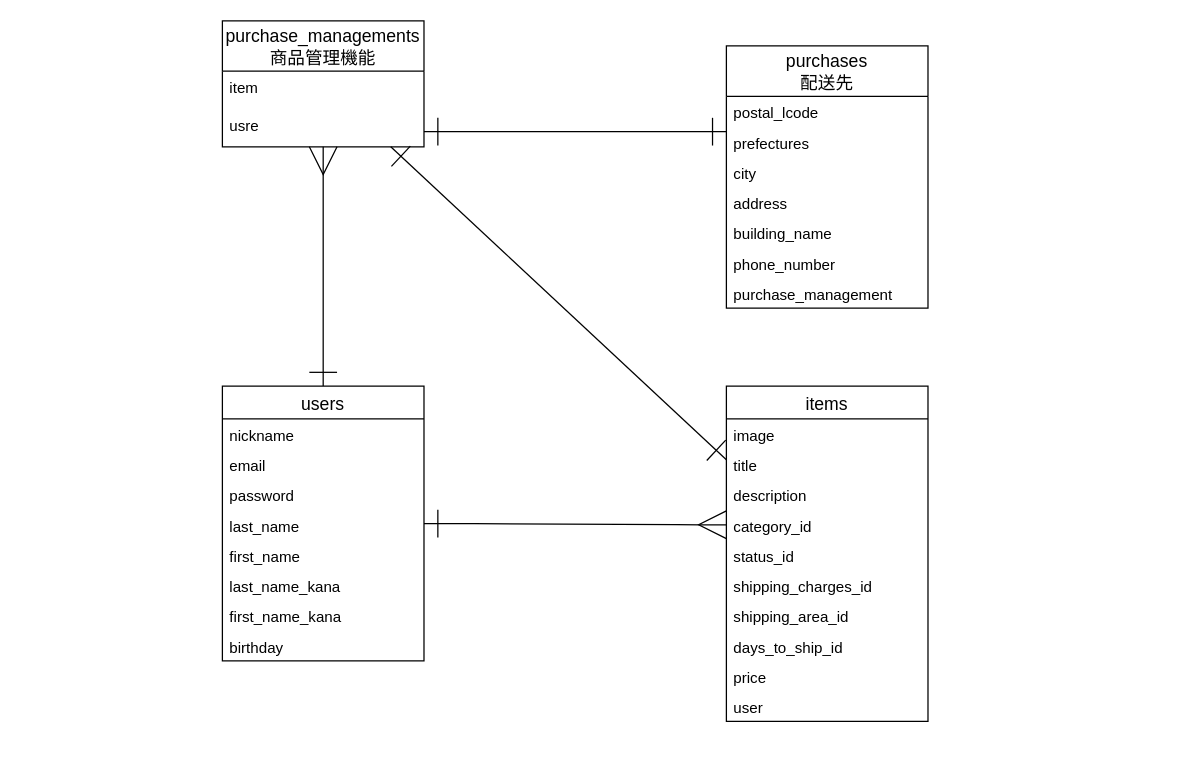
Above: furima.dio in uuutah/furima-33384 (draw.io), before the change. Source tidied: cells renumbered, new cells numbered last; positions are measured from the earlier drawing's top-left corner, leaving out a move shared by most shapes. Both pictures are drawn from the tidied source at 126%, with x=0, y=0 at pixel (222, 20).
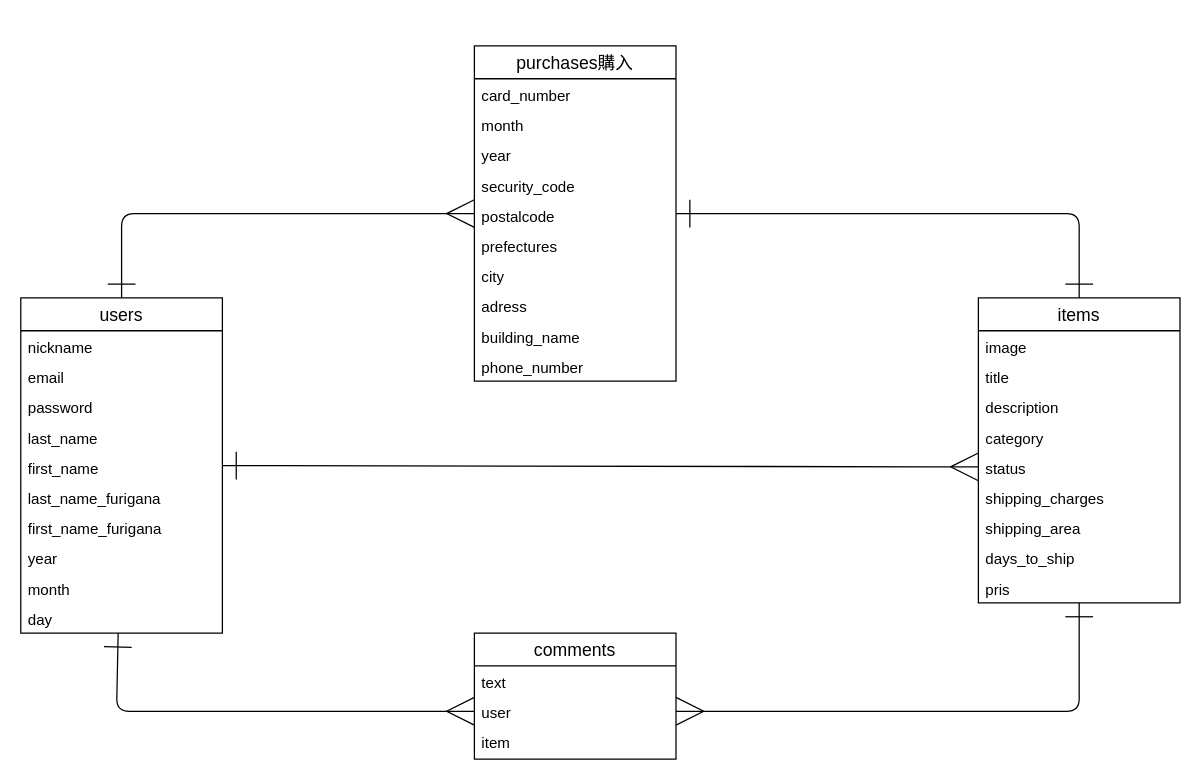
The same diagram, later.

Commit message (it also covers changes not shown here):
Revert "README作成"

Change to the diagram source:
```diff
@@
-    <mxCell id="2" style="edgeStyle=orthogonalEdgeStyle;rounded=1;jettySize=auto;html=1;startArrow=ERone;startFill=0;endArrow=ERmany;endFill=0;startSize=20;endSize=20;" parent="1" edge="1" source="3" target="34">
-      <mxGeometry relative="1" as="geometry">
-        <Array as="points">
-          <mxPoint x="80" y="190" />
-          <mxPoint x="80" y="190" />
-        </Array>
-      </mxGeometry>
-    </mxCell>
     <mxCell id="3" value="users" style="swimlane;fontStyle=0;horizontal=1;startSize=26;align=center;fontSize=14;" parent="1" vertex="1">
-      <mxGeometry y="290" width="160" height="218" as="geometry" />
+      <mxGeometry x="-160" y="220" width="160" height="266" as="geometry" />
     </mxCell>
@@
-    <mxCell id="9" value="last_name_kana" style="text;strokeColor=none;fillColor=none;spacingLeft=4;spacingRight=4;overflow=hidden;fontSize=12;verticalAlign=top;" parent="3" vertex="1">
+    <mxCell id="9" value="last_name_furigana" style="text;strokeColor=none;fillColor=none;spacingLeft=4;spacingRight=4;overflow=hidden;fontSize=12;verticalAlign=top;" parent="3" vertex="1">
       <mxGeometry y="146" width="160" height="24" as="geometry" />
     </mxCell>
-    <mxCell id="10" value="first_name_kana" style="text;strokeColor=none;fillColor=none;spacingLeft=4;spacingRight=4;overflow=hidden;fontSize=12;verticalAlign=top;" parent="3" vertex="1">
+    <mxCell id="10" value="first_name_furigana" style="text;strokeColor=none;fillColor=none;spacingLeft=4;spacingRight=4;overflow=hidden;fontSize=12;verticalAlign=top;" parent="3" vertex="1">
       <mxGeometry y="170" width="160" height="24" as="geometry" />
     </mxCell>
-    <mxCell id="11" value="birthday" style="text;strokeColor=none;fillColor=none;spacingLeft=4;spacingRight=4;overflow=hidden;fontSize=12;verticalAlign=top;" parent="3" vertex="1">
+    <mxCell id="11" value="year" style="text;strokeColor=none;fillColor=none;spacingLeft=4;spacingRight=4;overflow=hidden;fontSize=12;verticalAlign=top;" parent="3" vertex="1">
       <mxGeometry y="194" width="160" height="24" as="geometry" />
     </mxCell>
-    <mxCell id="12" style="rounded=0;jettySize=auto;html=1;startArrow=ERone;startFill=0;endArrow=ERone;endFill=0;endSize=20;startSize=20;" parent="1" edge="1" source="13" target="34">
-      <mxGeometry relative="1" as="geometry" />
-    </mxCell>
+    <mxCell id="37" value="month" style="text;strokeColor=none;fillColor=none;spacingLeft=4;spacingRight=4;overflow=hidden;fontSize=12;verticalAlign=top;" parent="3" vertex="1">
+      <mxGeometry y="218" width="160" height="24" as="geometry" />
+    </mxCell>
+    <mxCell id="38" value="day" style="text;strokeColor=none;fillColor=none;spacingLeft=4;spacingRight=4;overflow=hidden;fontSize=12;verticalAlign=top;" parent="3" vertex="1">
+      <mxGeometry y="242" width="160" height="24" as="geometry" />
+    </mxCell>
     <mxCell id="13" value="items" style="swimlane;fontStyle=0;horizontal=1;startSize=26;align=center;fontSize=14;" parent="1" vertex="1">
-      <mxGeometry x="400" y="290" width="160" height="266" as="geometry" />
+      <mxGeometry x="600" y="220" width="160" height="242" as="geometry" />
     </mxCell>
@@
-    <mxCell id="17" value="category_id" style="text;strokeColor=none;fillColor=none;spacingLeft=4;spacingRight=4;overflow=hidden;points=[[0,0.5],[1,0.5]];portConstraint=eastwest;fontSize=12;" parent="13" vertex="1">
+    <mxCell id="17" value="category" style="text;strokeColor=none;fillColor=none;spacingLeft=4;spacingRight=4;overflow=hidden;points=[[0,0.5],[1,0.5]];portConstraint=eastwest;fontSize=12;" parent="13" vertex="1">
       <mxGeometry y="98" width="160" height="24" as="geometry" />
     </mxCell>
-    <mxCell id="18" value="status_id" style="text;strokeColor=none;fillColor=none;spacingLeft=4;spacingRight=4;overflow=hidden;points=[[0,0.5],[1,0.5]];portConstraint=eastwest;fontSize=12;" parent="13" vertex="1">
+    <mxCell id="18" value="status" style="text;strokeColor=none;fillColor=none;spacingLeft=4;spacingRight=4;overflow=hidden;points=[[0,0.5],[1,0.5]];portConstraint=eastwest;fontSize=12;" parent="13" vertex="1">
       <mxGeometry y="122" width="160" height="24" as="geometry" />
     </mxCell>
-    <mxCell id="19" value="shipping_charges_id" style="text;strokeColor=none;fillColor=none;spacingLeft=4;spacingRight=4;overflow=hidden;fontSize=12;" parent="13" vertex="1">
+    <mxCell id="19" value="shipping_charges" style="text;strokeColor=none;fillColor=none;spacingLeft=4;spacingRight=4;overflow=hidden;fontSize=12;" parent="13" vertex="1">
       <mxGeometry y="146" width="160" height="24" as="geometry" />
     </mxCell>
-    <mxCell id="20" value="shipping_area_id" style="text;strokeColor=none;fillColor=none;spacingLeft=4;spacingRight=4;overflow=hidden;fontSize=12;" parent="13" vertex="1">
+    <mxCell id="20" value="shipping_area" style="text;strokeColor=none;fillColor=none;spacingLeft=4;spacingRight=4;overflow=hidden;fontSize=12;" parent="13" vertex="1">
       <mxGeometry y="170" width="160" height="24" as="geometry" />
     </mxCell>
-    <mxCell id="21" value="days_to_ship_id" style="text;strokeColor=none;fillColor=none;spacingLeft=4;spacingRight=4;overflow=hidden;fontSize=12;" parent="13" vertex="1">
+    <mxCell id="21" value="days_to_ship" style="text;strokeColor=none;fillColor=none;spacingLeft=4;spacingRight=4;overflow=hidden;fontSize=12;" parent="13" vertex="1">
       <mxGeometry y="194" width="160" height="24" as="geometry" />
     </mxCell>
-    <mxCell id="22" value="price" style="text;strokeColor=none;fillColor=none;spacingLeft=4;spacingRight=4;overflow=hidden;fontSize=12;" parent="13" vertex="1">
+    <mxCell id="22" value="pris" style="text;strokeColor=none;fillColor=none;spacingLeft=4;spacingRight=4;overflow=hidden;fontSize=12;" parent="13" vertex="1">
       <mxGeometry y="218" width="160" height="24" as="geometry" />
     </mxCell>
-    <mxCell id="23" value="user" style="text;strokeColor=none;fillColor=none;spacingLeft=4;spacingRight=4;overflow=hidden;points=[[0,0.5],[1,0.5]];portConstraint=eastwest;fontSize=12;" parent="13" vertex="1">
-      <mxGeometry y="242" width="160" height="24" as="geometry" />
-    </mxCell>
-    <mxCell id="24" value="purchases&#10;配送先" style="swimlane;fontStyle=0;horizontal=1;startSize=40;align=center;fontSize=14;" parent="1" vertex="1">
-      <mxGeometry x="400" y="20" width="160" height="208" as="geometry" />
+    <mxCell id="24" value="purchases購入" style="swimlane;fontStyle=0;horizontal=1;startSize=26;align=center;fontSize=14;" parent="1" vertex="1">
+      <mxGeometry x="200" y="20" width="160" height="266" as="geometry" />
     </mxCell>
+    <mxCell id="39" value="card_number" style="text;strokeColor=none;fillColor=none;spacingLeft=4;spacingRight=4;overflow=hidden;fontSize=12;" parent="24" vertex="1">
+      <mxGeometry y="26" width="160" height="24" as="geometry" />
+    </mxCell>
+    <mxCell id="40" value="month" style="text;strokeColor=none;fillColor=none;spacingLeft=4;spacingRight=4;overflow=hidden;fontSize=12;" parent="24" vertex="1">
+      <mxGeometry y="50" width="160" height="24" as="geometry" />
+    </mxCell>
+    <mxCell id="41" value="year" style="text;strokeColor=none;fillColor=none;spacingLeft=4;spacingRight=4;overflow=hidden;fontSize=12;" parent="24" vertex="1">
+      <mxGeometry y="74" width="160" height="24" as="geometry" />
+    </mxCell>
+    <mxCell id="42" value="security_code" style="text;strokeColor=none;fillColor=none;spacingLeft=4;spacingRight=4;overflow=hidden;fontSize=12;" parent="24" vertex="1">
+      <mxGeometry y="98" width="160" height="24" as="geometry" />
+    </mxCell>
-    <mxCell id="25" value="postal_lcode" style="text;strokeColor=none;fillColor=none;spacingLeft=4;spacingRight=4;overflow=hidden;fontSize=12;" parent="24" vertex="1">
-      <mxGeometry y="40" width="160" height="24" as="geometry" />
+    <mxCell id="25" value="postalcode" style="text;strokeColor=none;fillColor=none;spacingLeft=4;spacingRight=4;overflow=hidden;fontSize=12;" parent="24" vertex="1">
+      <mxGeometry y="122" width="160" height="24" as="geometry" />
     </mxCell>
     <mxCell id="26" value="prefectures" style="text;strokeColor=none;fillColor=none;spacingLeft=4;spacingRight=4;overflow=hidden;fontSize=12;" parent="24" vertex="1">
-      <mxGeometry y="64" width="160" height="24" as="geometry" />
+      <mxGeometry y="146" width="160" height="24" as="geometry" />
     </mxCell>
     <mxCell id="27" value="city" style="text;strokeColor=none;fillColor=none;spacingLeft=4;spacingRight=4;overflow=hidden;fontSize=12;" parent="24" vertex="1">
-      <mxGeometry y="88" width="160" height="24" as="geometry" />
+      <mxGeometry y="170" width="160" height="24" as="geometry" />
     </mxCell>
-    <mxCell id="28" value="address" style="text;strokeColor=none;fillColor=none;spacingLeft=4;spacingRight=4;overflow=hidden;fontSize=12;" parent="24" vertex="1">
-      <mxGeometry y="112" width="160" height="24" as="geometry" />
+    <mxCell id="28" value="adress" style="text;strokeColor=none;fillColor=none;spacingLeft=4;spacingRight=4;overflow=hidden;fontSize=12;" parent="24" vertex="1">
+      <mxGeometry y="194" width="160" height="24" as="geometry" />
     </mxCell>
     <mxCell id="29" value="building_name" style="text;strokeColor=none;fillColor=none;spacingLeft=4;spacingRight=4;overflow=hidden;fontSize=12;" parent="24" vertex="1">
-      <mxGeometry y="136" width="160" height="24" as="geometry" />
+      <mxGeometry y="218" width="160" height="24" as="geometry" />
     </mxCell>
     <mxCell id="30" value="phone_number" style="text;strokeColor=none;fillColor=none;spacingLeft=4;spacingRight=4;overflow=hidden;fontSize=12;" parent="24" vertex="1">
-      <mxGeometry y="160" width="160" height="24" as="geometry" />
+      <mxGeometry y="242" width="160" height="24" as="geometry" />
     </mxCell>
-    <mxCell id="31" value="purchase_management" style="text;strokeColor=none;fillColor=none;spacingLeft=4;spacingRight=4;overflow=hidden;fontSize=12;" parent="24" vertex="1">
-      <mxGeometry y="184" width="160" height="24" as="geometry" />
-    </mxCell>
+    <mxCell id="43" value="comments" style="swimlane;fontStyle=0;horizontal=1;startSize=26;align=center;fontSize=14;" parent="1" vertex="1">
+      <mxGeometry x="200" y="486" width="160" height="100" as="geometry" />
+    </mxCell>
+    <mxCell id="44" value="text" style="text;strokeColor=none;fillColor=none;spacingLeft=4;spacingRight=4;overflow=hidden;fontSize=12;" parent="43" vertex="1">
+      <mxGeometry y="26" width="160" height="24" as="geometry" />
+    </mxCell>
+    <mxCell id="23" value="user" style="text;strokeColor=none;fillColor=none;spacingLeft=4;spacingRight=4;overflow=hidden;points=[[0,0.5],[1,0.5]];portConstraint=eastwest;fontSize=12;" parent="43" vertex="1">
+      <mxGeometry y="50" width="160" height="24" as="geometry" />
+    </mxCell>
+    <mxCell id="35" value="item" style="text;strokeColor=none;fillColor=none;spacingLeft=4;spacingRight=4;overflow=hidden;fontSize=12;" parent="43" vertex="1">
+      <mxGeometry y="74" width="160" height="26" as="geometry" />
+    </mxCell>
+    <mxCell id="45" style="fontSize=12;html=1;endArrow=ERmany;endSize=20;startArrow=ERone;startFill=0;startSize=20;" parent="1" edge="1" source="3" target="24">
+      <mxGeometry relative="1" as="geometry">
+        <Array as="points">
+          <mxPoint x="-80" y="153" />
+        </Array>
+      </mxGeometry>
+    </mxCell>
+    <mxCell id="46" style="fontSize=12;html=1;endArrow=ERmany;endSize=20;startSize=20;startArrow=ERone;startFill=0;entryX=0;entryY=0.5;entryDx=0;entryDy=0;" parent="1" edge="1" source="3" target="23">
+      <mxGeometry relative="1" as="geometry">
+        <Array as="points">
+          <mxPoint x="-84" y="548" />
+        </Array>
+      </mxGeometry>
+    </mxCell>
-    <mxCell id="32" style="edgeStyle=entityRelationEdgeStyle;fontSize=12;html=1;endArrow=ERmany;strokeWidth=1;startSize=20;endSize=20;startArrow=ERone;startFill=0;entryX=0;entryY=0.5;entryDx=0;entryDy=0;" parent="1" edge="1" source="3" target="17">
+    <mxCell id="32" style="edgeStyle=entityRelationEdgeStyle;fontSize=12;html=1;endArrow=ERmany;strokeWidth=1;startSize=20;endSize=20;startArrow=ERone;startFill=0;entryX=0;entryY=0.5;entryDx=0;entryDy=0;" parent="1" edge="1" source="3" target="18">
       <mxGeometry relative="1" as="geometry" />
     </mxCell>
-    <mxCell id="33" style="rounded=1;jettySize=auto;html=1;edgeStyle=orthogonalEdgeStyle;elbow=vertical;startArrow=ERone;startFill=0;endArrow=ERone;endFill=0;endSize=20;startSize=20;" parent="1" edge="1" source="34" target="24">
-      <mxGeometry relative="1" as="geometry">
-        <Array as="points">
-          <mxPoint x="290" y="88" />
-          <mxPoint x="290" y="88" />
-        </Array>
-      </mxGeometry>
-    </mxCell>
-    <mxCell id="34" value="purchase_managements&#10;商品管理機能" style="swimlane;fontStyle=0;horizontal=1;startSize=40;align=center;fontSize=14;" parent="1" vertex="1">
-      <mxGeometry width="160" height="100" as="geometry" />
-    </mxCell>
-    <mxCell id="35" value="item" style="text;strokeColor=none;fillColor=none;spacingLeft=4;spacingRight=4;overflow=hidden;fontSize=12;" parent="34" vertex="1">
-      <mxGeometry y="40" width="160" height="30" as="geometry" />
-    </mxCell>
-    <mxCell id="36" value="usre" style="text;strokeColor=none;fillColor=none;spacingLeft=4;spacingRight=4;overflow=hidden;fontSize=12;" parent="34" vertex="1">
-      <mxGeometry y="70" width="160" height="30" as="geometry" />
-    </mxCell>
+    <mxCell id="47" style="fontSize=12;html=1;endArrow=ERmany;endSize=20;startSize=20;startArrow=ERone;startFill=0;entryX=1;entryY=0.5;entryDx=0;entryDy=0;" parent="1" edge="1" source="13" target="23">
+      <mxGeometry relative="1" as="geometry">
+        <Array as="points">
+          <mxPoint x="680" y="548" />
+        </Array>
+      </mxGeometry>
+    </mxCell>
+    <mxCell id="48" style="fontSize=12;html=1;endArrow=ERone;startArrow=ERone;entryX=0.5;entryY=0;entryDx=0;entryDy=0;endSize=20;startSize=20;startFill=0;endFill=0;" parent="1" edge="1" source="24" target="13">
+      <mxGeometry relative="1" as="geometry">
+        <Array as="points">
+          <mxPoint x="680" y="153" />
+        </Array>
+      </mxGeometry>
+    </mxCell>
```
